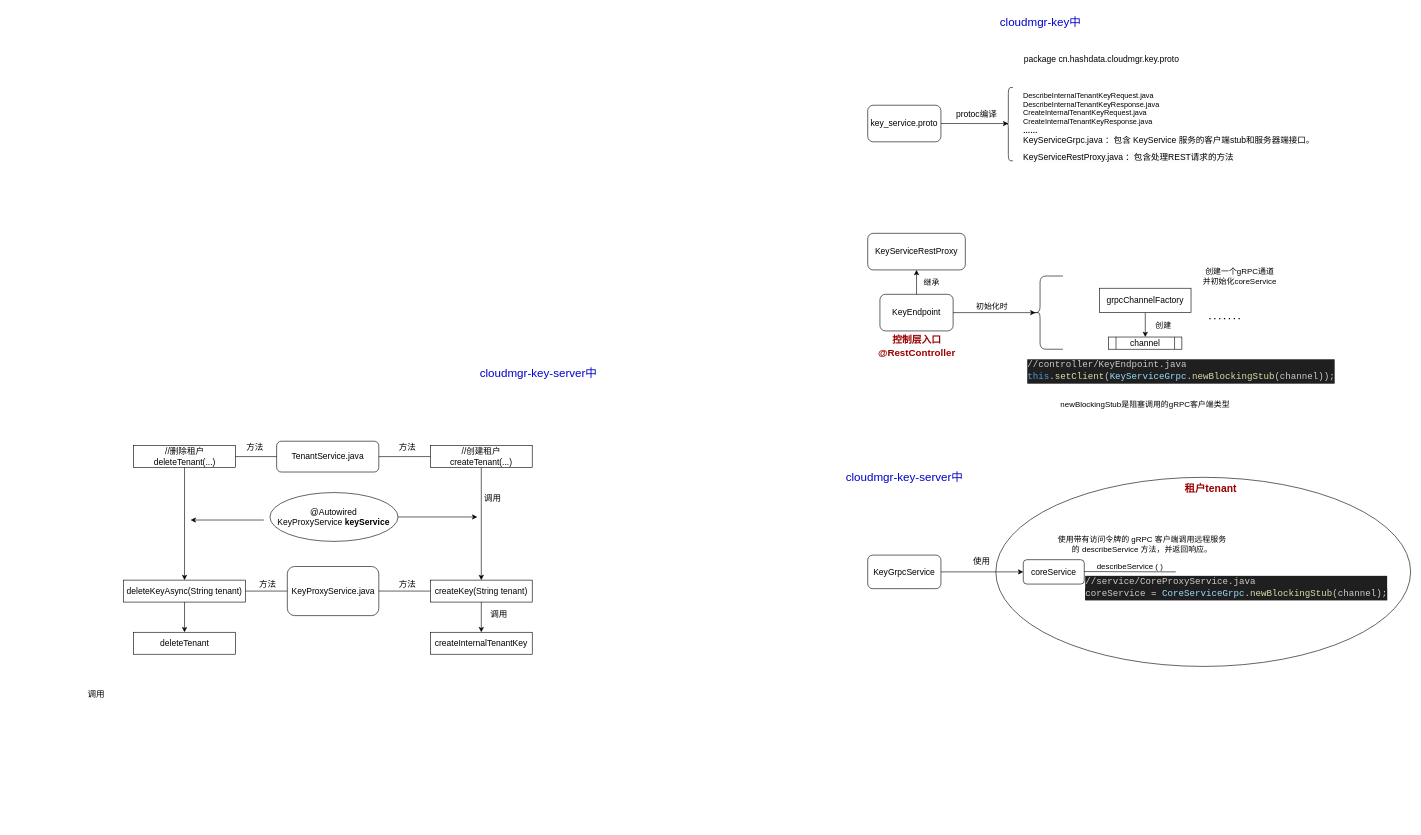
Earlier version of the draw.io diagram epp.drawio (TouyamaRie/My_pictures). Source tidied: cells renumbered, new cells numbered last; positions are measured from the earlier drawing's top-left corner, leaving out a move shared by most shapes. Both pictures are drawn from the tidied source at 61%, with x=0, y=0 at pixel (81, 10).
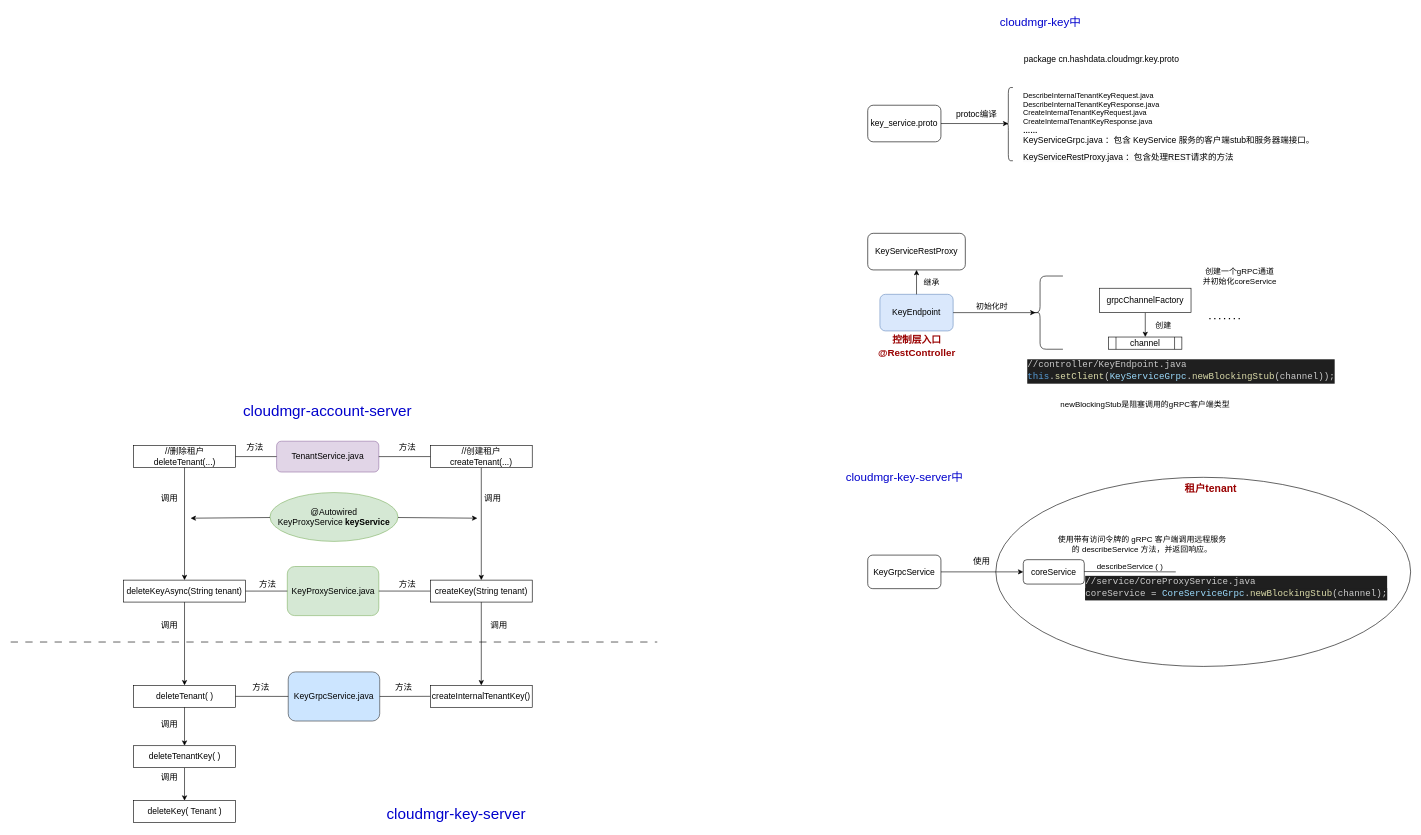
After the change.

What changed in the source:
```diff
@@
-    <mxCell id="2" style="ellipse;whiteSpace=wrap;html=1;" parent="1" vertex="1">
+    <mxCell id="2" value="&lt;span style=&quot;font-size: 14px; text-wrap-mode: nowrap;&quot;&gt;@Autowired&lt;/span&gt;&lt;br style=&quot;font-size: 14px; text-wrap-mode: nowrap;&quot;&gt;&lt;span style=&quot;font-size: 14px; text-wrap-mode: nowrap;&quot;&gt;KeyProxyService&amp;nbsp;&lt;/span&gt;&lt;b style=&quot;font-size: 14px; text-wrap-mode: nowrap;&quot;&gt;keyService&lt;/b&gt;" style="ellipse;whiteSpace=wrap;html=1;fillColor=#d5e8d4;strokeColor=#82b366;" parent="1" vertex="1">
       <mxGeometry x="310" y="790" width="210" height="80" as="geometry" />
     </mxCell>
@@
-    <mxCell id="16" value="&lt;font style=&quot;font-size: 14px;&quot;&gt;KeyEndpoint&lt;/font&gt;" style="rounded=1;whiteSpace=wrap;html=1;" parent="1" vertex="1">
+    <mxCell id="16" value="&lt;font style=&quot;font-size: 14px;&quot;&gt;KeyEndpoint&lt;/font&gt;" style="rounded=1;whiteSpace=wrap;html=1;fillColor=#dae8fc;strokeColor=#6c8ebf;" parent="1" vertex="1">
       <mxGeometry x="1310" y="465" width="120" height="60" as="geometry" />
     </mxCell>
@@
-    <mxCell id="36" value="&lt;font style=&quot;font-size: 14px;&quot;&gt;KeyProxyService.java&lt;/font&gt;" style="rounded=1;whiteSpace=wrap;html=1;" parent="1" vertex="1">
+    <mxCell id="36" value="&lt;font style=&quot;font-size: 14px;&quot;&gt;KeyProxyService.java&lt;/font&gt;" style="rounded=1;whiteSpace=wrap;html=1;fillColor=#d5e8d4;strokeColor=#82b366;" parent="1" vertex="1">
       <mxGeometry x="338.5" y="911.2" width="150" height="80.5" as="geometry" />
     </mxCell>
-    <mxCell id="37" value="&lt;font style=&quot;font-size: 14px;&quot;&gt;@Autowired &lt;br&gt;KeyProxyService &lt;b&gt;keyService&lt;/b&gt;&lt;/font&gt;" style="text;html=1;align=center;verticalAlign=middle;strokeColor=none;fillColor=none;" parent="1" vertex="1">
-      <mxGeometry x="308.5" y="805" width="210" height="50" as="geometry" />
-    </mxCell>
@@
-    <mxCell id="41" value="&lt;font style=&quot;font-size: 14px;&quot;&gt;createInternalTenantKey&lt;/font&gt;" style="rounded=0;whiteSpace=wrap;html=1;" parent="1" vertex="1">
-      <mxGeometry x="573" y="1019" width="167" height="36" as="geometry" />
+    <mxCell id="41" value="&lt;font style=&quot;font-size: 14px;&quot;&gt;createInternalTenantKey()&lt;/font&gt;" style="rounded=0;whiteSpace=wrap;html=1;" parent="1" vertex="1">
+      <mxGeometry x="573" y="1106" width="167" height="36" as="geometry" />
     </mxCell>
@@
     <mxCell id="44" value="&lt;span style=&quot;font-size: 14px;&quot;&gt;调用&lt;/span&gt;" style="text;html=1;align=center;verticalAlign=middle;strokeColor=none;fillColor=none;" parent="1" vertex="1">
-      <mxGeometry y="1105" width="50" height="30" as="geometry" />
+      <mxGeometry x="120" y="991.8" width="50" height="30" as="geometry" />
     </mxCell>
-    <mxCell id="45" value="&lt;font style=&quot;font-size: 14px;&quot;&gt;deleteTenant&lt;/font&gt;" style="rounded=0;whiteSpace=wrap;html=1;" parent="1" vertex="1">
-      <mxGeometry x="86.5" y="1019" width="167" height="36" as="geometry" />
+    <mxCell id="45" value="&lt;font style=&quot;font-size: 14px;&quot;&gt;deleteTenant( )&lt;/font&gt;" style="rounded=0;whiteSpace=wrap;html=1;" parent="1" vertex="1">
+      <mxGeometry x="86.5" y="1106" width="167" height="36" as="geometry" />
     </mxCell>
     <mxCell id="46" value="&lt;span style=&quot;font-size: 14px;&quot;&gt;调用&lt;/span&gt;" style="text;html=1;align=center;verticalAlign=middle;strokeColor=none;fillColor=none;" parent="1" vertex="1">
-      <mxGeometry x="660" y="975" width="50" height="30" as="geometry" />
+      <mxGeometry x="660" y="991.8" width="50" height="30" as="geometry" />
     </mxCell>
@@
-    <mxCell id="50" value="&lt;font color=&quot;#0000cc&quot; style=&quot;font-size: 19px;&quot;&gt;cloudmgr-key-server中&lt;/font&gt;" style="text;html=1;align=center;verticalAlign=middle;strokeColor=none;fillColor=none;" parent="1" vertex="1">
-      <mxGeometry x="640" y="575" width="220" height="40" as="geometry" />
+    <mxCell id="50" value="&lt;font color=&quot;#0000cc&quot; style=&quot;font-size: 25px;&quot;&gt;cloudmgr-account-server&lt;/font&gt;" style="text;html=1;align=center;verticalAlign=middle;strokeColor=none;fillColor=none;" parent="1" vertex="1">
+      <mxGeometry x="253.5" y="635" width="300" height="40" as="geometry" />
     </mxCell>
-    <mxCell id="51" value="&lt;font style=&quot;font-size: 14px;&quot;&gt;TenantService.java&lt;/font&gt;" style="rounded=1;whiteSpace=wrap;html=1;" parent="1" vertex="1">
+    <mxCell id="51" value="&lt;font style=&quot;font-size: 14px;&quot;&gt;TenantService.java&lt;/font&gt;" style="rounded=1;whiteSpace=wrap;html=1;fillColor=#e1d5e7;strokeColor=#9673a6;" parent="1" vertex="1">
       <mxGeometry x="321" y="705.8" width="167.5" height="50.5" as="geometry" />
     </mxCell>
@@
-    <mxCell id="55" style="endArrow=classic;html=1;rounded=0;" parent="1" edge="1">
+    <mxCell id="55" style="endArrow=classic;html=1;rounded=0;" parent="1" edge="1" source="2">
       <mxGeometry relative="1" as="geometry">
-        <mxPoint x="520" y="830" as="sourcePoint" />
-        <mxPoint x="650" y="830" as="targetPoint" />
+        <mxPoint x="650" y="832" as="targetPoint" />
       </mxGeometry>
     </mxCell>
@@
-    <mxCell id="64" style="endArrow=classic;html=1;rounded=0;" parent="1" edge="1">
+    <mxCell id="64" style="endArrow=classic;html=1;rounded=0;" parent="1" edge="1" source="2">
       <mxGeometry relative="1" as="geometry">
-        <mxPoint x="300" y="835" as="sourcePoint" />
-        <mxPoint x="180" y="835" as="targetPoint" />
+        <mxPoint x="180" y="832" as="targetPoint" />
       </mxGeometry>
     </mxCell>
+    <mxCell id="65" value="&lt;span style=&quot;font-size: 14px;&quot;&gt;调用&lt;/span&gt;" style="text;html=1;align=center;verticalAlign=middle;strokeColor=none;fillColor=none;" parent="1" vertex="1">
+      <mxGeometry x="120" y="785" width="50" height="30" as="geometry" />
+    </mxCell>
+    <mxCell id="66" style="endArrow=none;html=1;rounded=0;dashed=1;dashPattern=12 12;strokeWidth=1;" parent="1" edge="1">
+      <mxGeometry relative="1" as="geometry">
+        <mxPoint x="-115" y="1035" as="sourcePoint" />
+        <mxPoint x="945" y="1035" as="targetPoint" />
+      </mxGeometry>
+    </mxCell>
+    <mxCell id="67" value="&lt;font color=&quot;#0000cc&quot; style=&quot;font-size: 25px;&quot;&gt;cloudmgr-key&lt;/font&gt;&lt;span style=&quot;font-size: 25px; color: rgb(0, 0, 204); background-color: initial;&quot;&gt;-server&lt;/span&gt;" style="text;html=1;align=center;verticalAlign=middle;strokeColor=none;fillColor=none;" parent="1" vertex="1">
+      <mxGeometry x="490" y="1295" width="250" height="40" as="geometry" />
+    </mxCell>
+    <mxCell id="68" value="&lt;font style=&quot;font-size: 14px;&quot;&gt;KeyGrpcService.java&lt;/font&gt;" style="rounded=1;whiteSpace=wrap;html=1;fillColor=#cce5ff;strokeColor=#36393d;" parent="1" vertex="1">
+      <mxGeometry x="340" y="1084" width="150" height="80.5" as="geometry" />
+    </mxCell>
+    <mxCell id="69" value="&lt;span style=&quot;font-size: 14px;&quot;&gt;方法&lt;/span&gt;" style="text;html=1;align=center;verticalAlign=middle;strokeColor=none;fillColor=none;" parent="1" vertex="1">
+      <mxGeometry x="503.5" y="1094" width="50" height="30" as="geometry" />
+    </mxCell>
+    <mxCell id="70" style="endArrow=none;html=1;rounded=0;entryX=0;entryY=0.5;entryDx=0;entryDy=0;exitX=1;exitY=0.5;exitDx=0;exitDy=0;" parent="1" edge="1" source="68" target="41">
+      <mxGeometry relative="1" as="geometry" />
+    </mxCell>
+    <mxCell id="71" style="endArrow=none;html=1;rounded=0;" parent="1" edge="1" source="45" target="68">
+      <mxGeometry relative="1" as="geometry" />
+    </mxCell>
+    <mxCell id="72" value="&lt;span style=&quot;font-size: 14px;&quot;&gt;方法&lt;/span&gt;" style="text;html=1;align=center;verticalAlign=middle;strokeColor=none;fillColor=none;" parent="1" vertex="1">
+      <mxGeometry x="270" y="1094" width="50" height="30" as="geometry" />
+    </mxCell>
+    <mxCell id="73" style="edgeStyle=orthogonalEdgeStyle;rounded=0;jettySize=auto;html=1;exitX=0.5;exitY=1;exitDx=0;exitDy=0;" parent="1" edge="1" source="45" target="76">
+      <mxGeometry relative="1" as="geometry" />
+    </mxCell>
+    <mxCell id="74" value="&lt;span style=&quot;font-size: 14px;&quot;&gt;调用&lt;/span&gt;" style="text;html=1;align=center;verticalAlign=middle;strokeColor=none;fillColor=none;" parent="1" vertex="1">
+      <mxGeometry x="120" y="1155" width="50" height="30" as="geometry" />
+    </mxCell>
+    <mxCell id="75" style="edgeStyle=orthogonalEdgeStyle;rounded=0;jettySize=auto;html=1;" parent="1" edge="1" source="76" target="77">
+      <mxGeometry relative="1" as="geometry" />
+    </mxCell>
+    <mxCell id="76" value="&lt;font style=&quot;font-size: 14px;&quot;&gt;deleteTenantKey( )&lt;/font&gt;" style="rounded=0;whiteSpace=wrap;html=1;" parent="1" vertex="1">
+      <mxGeometry x="86.5" y="1205" width="167" height="36" as="geometry" />
+    </mxCell>
+    <mxCell id="77" value="&lt;font style=&quot;font-size: 14px;&quot;&gt;deleteKey( Tenant )&lt;/font&gt;" style="rounded=0;whiteSpace=wrap;html=1;" parent="1" vertex="1">
+      <mxGeometry x="86.5" y="1295" width="167" height="36" as="geometry" />
+    </mxCell>
+    <mxCell id="78" value="&lt;span style=&quot;font-size: 14px;&quot;&gt;调用&lt;/span&gt;" style="text;html=1;align=center;verticalAlign=middle;strokeColor=none;fillColor=none;" parent="1" vertex="1">
+      <mxGeometry x="120" y="1241" width="50" height="30" as="geometry" />
+    </mxCell>
```
